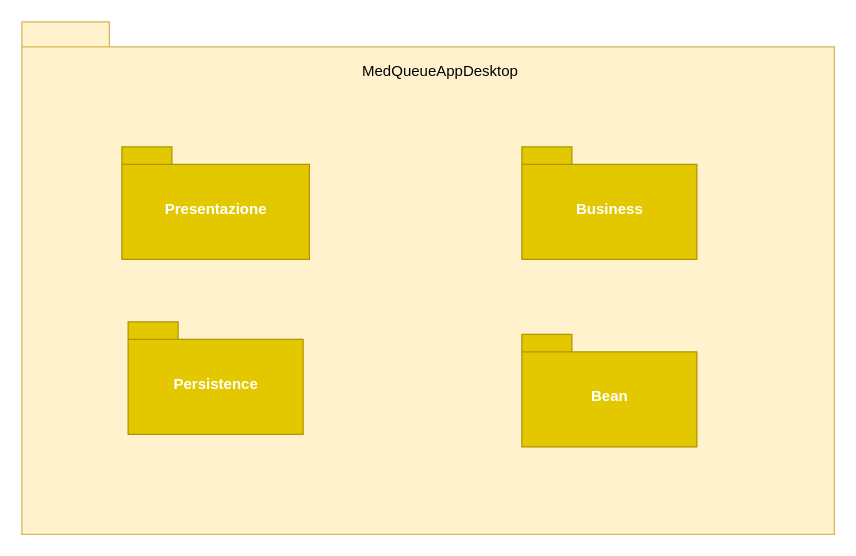
Before: Documenti/ODD/Packages/PackagerAppDesktop.drawio in Givaa/MedQueue, a draw.io diagram. Source tidied: cells renumbered, new cells numbered last; positions are measured from the earlier drawing's top-left corner, leaving out a move shared by most shapes. Both pictures are drawn from the tidied source at 125%, with x=0, y=0 at pixel (21, 21).
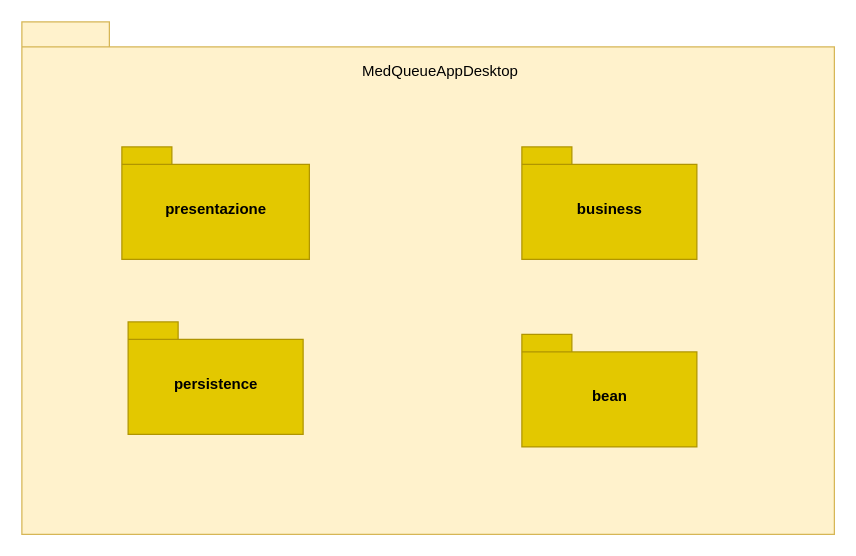
Above is the later version.

Diff of the diagram source:
```diff
@@
 <mxGraphModel>
   <root>
     <mxCell id="0" />
     <mxCell id="1" parent="0" />
     <mxCell id="2" style="shape=folder;fontStyle=1;spacingTop=10;tabWidth=70;tabHeight=20;tabPosition=left;html=1;fillColor=#fff2cc;strokeColor=#d6b656;" parent="1" vertex="1">
       <mxGeometry width="650" height="410" as="geometry" />
     </mxCell>
     <mxCell id="3" value="MedQueueAppDesktop" style="text;html=1;strokeColor=none;fillColor=none;align=center;verticalAlign=middle;whiteSpace=wrap;rounded=0;" parent="1" vertex="1">
       <mxGeometry x="315" y="30" width="40" height="20" as="geometry" />
     </mxCell>
-    <mxCell id="4" value="Presentazione" style="shape=folder;fontStyle=1;spacingTop=10;tabWidth=40;tabHeight=14;tabPosition=left;html=1;fillColor=#e3c800;strokeColor=#B09500;fontColor=#ffffff;" parent="1" vertex="1">
+    <mxCell id="4" value="&lt;font color=&quot;#000000&quot;&gt;presentazione&lt;/font&gt;" style="shape=folder;fontStyle=1;spacingTop=10;tabWidth=40;tabHeight=14;tabPosition=left;html=1;fillColor=#e3c800;strokeColor=#B09500;fontColor=#ffffff;" parent="1" vertex="1">
       <mxGeometry x="80" y="100" width="150" height="90" as="geometry" />
     </mxCell>
-    <mxCell id="5" value="Business" style="shape=folder;fontStyle=1;spacingTop=10;tabWidth=40;tabHeight=14;tabPosition=left;html=1;fillColor=#e3c800;strokeColor=#B09500;fontColor=#ffffff;" parent="1" vertex="1">
+    <mxCell id="5" value="&lt;font color=&quot;#000000&quot;&gt;business&lt;/font&gt;" style="shape=folder;fontStyle=1;spacingTop=10;tabWidth=40;tabHeight=14;tabPosition=left;html=1;fillColor=#e3c800;strokeColor=#B09500;fontColor=#ffffff;" parent="1" vertex="1">
       <mxGeometry x="400" y="100" width="140" height="90" as="geometry" />
     </mxCell>
-    <mxCell id="6" value="Persistence" style="shape=folder;fontStyle=1;spacingTop=10;tabWidth=40;tabHeight=14;tabPosition=left;html=1;fillColor=#e3c800;strokeColor=#B09500;fontColor=#ffffff;" parent="1" vertex="1">
+    <mxCell id="6" value="&lt;font color=&quot;#000000&quot;&gt;persistence&lt;/font&gt;" style="shape=folder;fontStyle=1;spacingTop=10;tabWidth=40;tabHeight=14;tabPosition=left;html=1;fillColor=#e3c800;strokeColor=#B09500;fontColor=#ffffff;" parent="1" vertex="1">
       <mxGeometry x="85" y="240" width="140" height="90" as="geometry" />
     </mxCell>
-    <mxCell id="7" value="Bean" style="shape=folder;fontStyle=1;spacingTop=10;tabWidth=40;tabHeight=14;tabPosition=left;html=1;fillColor=#e3c800;strokeColor=#B09500;fontColor=#ffffff;" parent="1" vertex="1">
+    <mxCell id="7" value="&lt;font color=&quot;#000000&quot;&gt;bean&lt;/font&gt;" style="shape=folder;fontStyle=1;spacingTop=10;tabWidth=40;tabHeight=14;tabPosition=left;html=1;fillColor=#e3c800;strokeColor=#B09500;fontColor=#ffffff;" parent="1" vertex="1">
       <mxGeometry x="400" y="250" width="140" height="90" as="geometry" />
     </mxCell>
   </root>
 </mxGraphModel>
```
